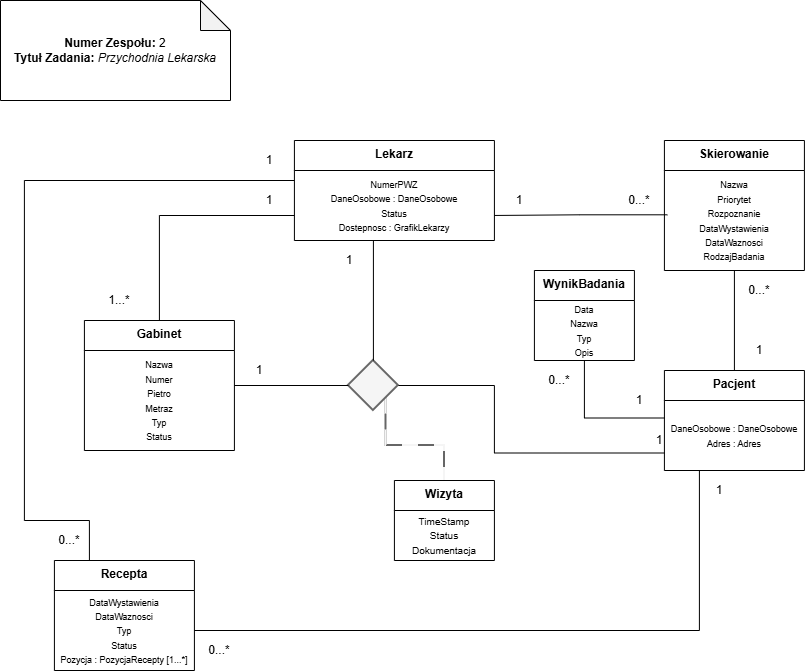
BZaborowski232/MOM_ProjectIII keeps this draw.io diagram as MODA - ETAP2; Koncepcyjny_PoprawkiPoUwagachSzefa .drawio.png. Above is the earlier version. Source tidied: cells renumbered, new cells last; positions are measured from the earlier drawing's top-left corner, leaving out a move shared by most shapes.
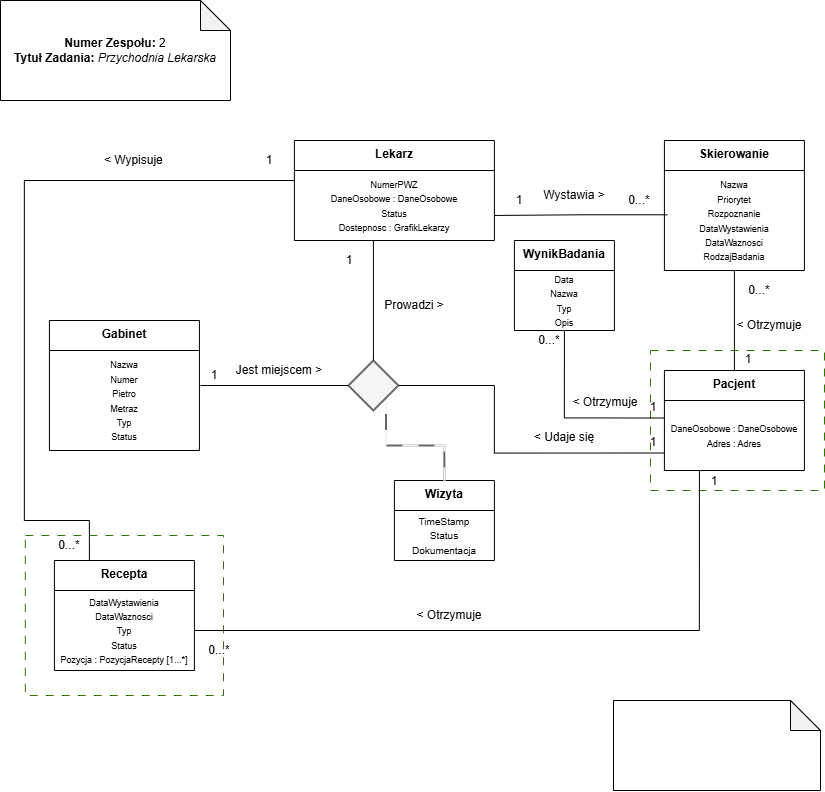
After the commit.

What changed in the source:
```diff
@@ -2,32 +2,24 @@
   <root>
     <mxCell id="0" />
     <mxCell id="1" parent="0" />
+    <mxCell id="43" style="rounded=0;whiteSpace=wrap;html=1;fillColor=none;dashed=1;dashPattern=8 8;fontColor=#ffffff;strokeColor=#2D7600;" parent="1" vertex="1">
+      <mxGeometry x="650" y="350" width="174" height="140" as="geometry" />
+    </mxCell>
+    <mxCell id="44" style="rounded=0;whiteSpace=wrap;html=1;fillColor=none;dashed=1;dashPattern=8 8;fontColor=#ffffff;strokeColor=#2D7600;" parent="1" vertex="1">
+      <mxGeometry x="24.8" y="535" width="198.2" height="160" as="geometry" />
+    </mxCell>
     <mxCell id="2" value="Lekarz&lt;div&gt;&lt;br&gt;&lt;/div&gt;" style="swimlane;fontStyle=1;align=center;verticalAlign=top;horizontal=1;startSize=30;html=1;whiteSpace=wrap;" parent="1" vertex="1">
       <mxGeometry x="293.9" y="140" width="200" height="100" as="geometry" />
     </mxCell>
     <mxCell id="3" value="&lt;br&gt;&lt;div&gt;&lt;div&gt;&lt;font style=&quot;font-size: 9px;&quot;&gt;&lt;span style=&quot;caret-color: rgba(0, 0, 0, 0);&quot;&gt;NumerPWZ&lt;/span&gt;&lt;/font&gt;&lt;/div&gt;&lt;div&gt;&lt;font style=&quot;font-size: 9px;&quot;&gt;&lt;span style=&quot;caret-color: rgba(0, 0, 0, 0);&quot;&gt;DaneOsobowe : DaneOsobowe&lt;/span&gt;&lt;span style=&quot;caret-color: rgba(0, 0, 0, 0);&quot;&gt;&lt;/span&gt;&lt;/font&gt;&lt;/div&gt;&lt;div&gt;&lt;font style=&quot;font-size: 9px;&quot;&gt;Status&lt;/font&gt;&lt;/div&gt;&lt;div&gt;&lt;font style=&quot;font-size: 9px;&quot;&gt;Dostepnosc : GrafikLekarzy&lt;/font&gt;&lt;/div&gt;&lt;div&gt;&lt;br&gt;&lt;/div&gt;&lt;/div&gt;" style="text;html=1;whiteSpace=wrap;strokeColor=none;fillColor=none;align=center;verticalAlign=middle;rounded=0;" parent="2" vertex="1">
       <mxGeometry y="30" width="200" height="70" as="geometry" />
     </mxCell>
-    <mxCell id="4" style="edgeStyle=orthogonalEdgeStyle;shape=wire;rounded=0;jettySize=auto;html=1;exitX=0.5;exitY=0;exitDx=0;exitDy=0;entryX=0;entryY=0.5;entryDx=0;entryDy=0;dashed=1;curved=0;endArrow=none;endFill=0;" parent="1" edge="1" source="5">
-      <mxGeometry relative="1" as="geometry">
-        <mxPoint x="293.9" y="215" as="targetPoint" />
-        <Array as="points">
-          <mxPoint x="158.9" y="215" />
-        </Array>
-      </mxGeometry>
-    </mxCell>
     <mxCell id="5" value="&lt;div&gt;Gabinet&lt;/div&gt;&lt;div&gt;&lt;br&gt;&lt;/div&gt;" style="swimlane;fontStyle=1;align=center;verticalAlign=top;horizontal=1;startSize=30;html=1;whiteSpace=wrap;" parent="1" vertex="1">
-      <mxGeometry x="83.9" y="320" width="150" height="130" as="geometry" />
+      <mxGeometry x="48.9" y="320" width="150" height="130" as="geometry" />
     </mxCell>
     <mxCell id="6" value="&lt;font style=&quot;font-size: 9px;&quot;&gt;Nazwa&lt;/font&gt;&lt;div&gt;&lt;font style=&quot;font-size: 9px;&quot;&gt;Numer&lt;/font&gt;&lt;/div&gt;&lt;div&gt;&lt;font style=&quot;font-size: 9px;&quot;&gt;Pietro&lt;/font&gt;&lt;/div&gt;&lt;div&gt;&lt;font style=&quot;font-size: 9px;&quot;&gt;Metraz&lt;/font&gt;&lt;/div&gt;&lt;div&gt;&lt;font style=&quot;font-size: 9px;&quot;&gt;Typ&lt;/font&gt;&lt;/div&gt;&lt;div&gt;&lt;font style=&quot;font-size: 9px;&quot;&gt;Status&lt;/font&gt;&lt;/div&gt;" style="text;html=1;whiteSpace=wrap;strokeColor=none;fillColor=none;align=center;verticalAlign=middle;rounded=0;" parent="5" vertex="1">
       <mxGeometry y="30" width="150" height="100" as="geometry" />
     </mxCell>
-    <mxCell id="7" value="&lt;font&gt;1&lt;/font&gt;" style="text;html=1;whiteSpace=wrap;strokeColor=none;fillColor=none;align=center;verticalAlign=middle;rounded=0;" parent="1" vertex="1">
-      <mxGeometry x="253.9" y="190" width="30" height="20" as="geometry" />
-    </mxCell>
-    <mxCell id="8" value="&lt;font&gt;1...*&lt;/font&gt;" style="text;html=1;whiteSpace=wrap;strokeColor=none;fillColor=none;align=center;verticalAlign=middle;rounded=0;" parent="1" vertex="1">
-      <mxGeometry x="103.9" y="290" width="30" height="20" as="geometry" />
-    </mxCell>
     <mxCell id="9" style="edgeStyle=orthogonalEdgeStyle;shape=wire;rounded=0;jettySize=auto;html=1;exitX=0.5;exitY=0;exitDx=0;exitDy=0;dashed=1;endArrow=none;endFill=0;" parent="1" edge="1" source="10" target="13">
       <mxGeometry relative="1" as="geometry" />
     </mxCell>
@@ -55,13 +47,13 @@
       <mxGeometry x="623.9" y="190" width="30" height="20" as="geometry" />
     </mxCell>
     <mxCell id="17" value="&lt;font&gt;1&lt;/font&gt;" style="text;html=1;whiteSpace=wrap;strokeColor=none;fillColor=none;align=center;verticalAlign=middle;rounded=0;rotation=0;" parent="1" vertex="1">
-      <mxGeometry x="743.9" y="340" width="30" height="20" as="geometry" />
+      <mxGeometry x="732.9" y="349" width="30" height="20" as="geometry" />
     </mxCell>
     <mxCell id="18" value="&lt;font&gt;0&lt;/font&gt;&lt;span style=&quot;background-color: transparent; color: light-dark(rgb(0, 0, 0), rgb(255, 255, 255));&quot;&gt;...*&lt;/span&gt;" style="text;html=1;whiteSpace=wrap;strokeColor=none;fillColor=none;align=center;verticalAlign=middle;rounded=0;" parent="1" vertex="1">
       <mxGeometry x="743.9" y="280" width="30" height="20" as="geometry" />
     </mxCell>
     <mxCell id="19" value="&lt;div&gt;WynikBadania&lt;/div&gt;" style="swimlane;fontStyle=1;align=center;verticalAlign=top;horizontal=1;startSize=30;html=1;whiteSpace=wrap;" parent="1" vertex="1">
-      <mxGeometry x="533.9" y="270" width="100" height="90" as="geometry" />
+      <mxGeometry x="513.9" y="240" width="100" height="90" as="geometry" />
     </mxCell>
     <mxCell id="20" value="&lt;font style=&quot;font-size: 9px;&quot;&gt;Data&lt;/font&gt;&lt;div&gt;&lt;font style=&quot;font-size: 9px;&quot;&gt;Nazwa&lt;/font&gt;&lt;/div&gt;&lt;div&gt;&lt;font style=&quot;font-size: 9px;&quot;&gt;Typ&lt;/font&gt;&lt;/div&gt;&lt;div&gt;&lt;font style=&quot;font-size: 9px;&quot;&gt;Opis&lt;/font&gt;&lt;/div&gt;" style="text;html=1;whiteSpace=wrap;strokeColor=none;fillColor=none;align=center;verticalAlign=middle;rounded=0;" parent="19" vertex="1">
       <mxGeometry y="30" width="100" height="60" as="geometry" />
@@ -70,10 +62,10 @@
       <mxGeometry relative="1" as="geometry" />
     </mxCell>
     <mxCell id="22" value="&lt;font&gt;1&lt;/font&gt;" style="text;html=1;whiteSpace=wrap;strokeColor=none;fillColor=none;align=center;verticalAlign=middle;rounded=0;rotation=0;" parent="1" vertex="1">
-      <mxGeometry x="623.9" y="390" width="30" height="20" as="geometry" />
+      <mxGeometry x="637.9" y="397" width="30" height="20" as="geometry" />
     </mxCell>
     <mxCell id="23" value="&lt;font&gt;0&lt;/font&gt;&lt;span style=&quot;background-color: transparent; color: light-dark(rgb(0, 0, 0), rgb(255, 255, 255));&quot;&gt;...*&lt;/span&gt;" style="text;html=1;whiteSpace=wrap;strokeColor=none;fillColor=none;align=center;verticalAlign=middle;rounded=0;" parent="1" vertex="1">
-      <mxGeometry x="543.9" y="370" width="30" height="20" as="geometry" />
+      <mxGeometry x="533.9" y="330" width="30" height="20" as="geometry" />
     </mxCell>
     <mxCell id="24" value="&lt;div&gt;Recepta&lt;/div&gt;" style="swimlane;fontStyle=1;align=center;verticalAlign=top;horizontal=1;startSize=30;html=1;whiteSpace=wrap;" parent="1" vertex="1">
       <mxGeometry x="53.9" y="560" width="140" height="110" as="geometry" />
@@ -95,13 +87,13 @@
       <mxGeometry x="253.9" y="150" width="30" height="20" as="geometry" />
     </mxCell>
     <mxCell id="28" value="&lt;font&gt;0&lt;/font&gt;&lt;span style=&quot;background-color: transparent; color: light-dark(rgb(0, 0, 0), rgb(255, 255, 255));&quot;&gt;...*&lt;/span&gt;" style="text;html=1;whiteSpace=wrap;strokeColor=none;fillColor=none;align=center;verticalAlign=middle;rounded=0;" parent="1" vertex="1">
-      <mxGeometry x="53.9" y="530" width="30" height="20" as="geometry" />
+      <mxGeometry x="53.9" y="535" width="30" height="20" as="geometry" />
     </mxCell>
     <mxCell id="29" style="edgeStyle=orthogonalEdgeStyle;shape=wire;rounded=0;jettySize=auto;html=1;exitX=0.25;exitY=1;exitDx=0;exitDy=0;entryX=1;entryY=0.5;entryDx=0;entryDy=0;dashed=1;endArrow=none;endFill=0;" parent="1" edge="1" source="11" target="25">
       <mxGeometry relative="1" as="geometry" />
     </mxCell>
     <mxCell id="30" value="&lt;font&gt;1&lt;/font&gt;" style="text;html=1;whiteSpace=wrap;strokeColor=none;fillColor=none;align=center;verticalAlign=middle;rounded=0;rotation=0;" parent="1" vertex="1">
-      <mxGeometry x="703.9" y="480" width="30" height="20" as="geometry" />
+      <mxGeometry x="698.9" y="471" width="30" height="20" as="geometry" />
     </mxCell>
     <mxCell id="31" value="&lt;font&gt;0&lt;/font&gt;&lt;span style=&quot;background-color: transparent; color: light-dark(rgb(0, 0, 0), rgb(255, 255, 255));&quot;&gt;...*&lt;/span&gt;" style="text;html=1;whiteSpace=wrap;strokeColor=none;fillColor=none;align=center;verticalAlign=middle;rounded=0;" parent="1" vertex="1">
       <mxGeometry x="203.9" y="640" width="30" height="20" as="geometry" />
@@ -120,10 +112,7 @@
     </mxCell>
     <mxCell id="36" style="edgeStyle=orthogonalEdgeStyle;shape=wire;rounded=0;jettySize=auto;html=1;entryX=0;entryY=0.5;entryDx=0;entryDy=0;dashed=1;endArrow=none;endFill=0;" parent="1" edge="1" target="35">
       <mxGeometry relative="1" as="geometry">
-        <mxPoint x="233.9" y="385" as="sourcePoint" />
-        <Array as="points">
-          <mxPoint x="233.9" y="385" />
-        </Array>
+        <mxPoint x="200" y="385" as="sourcePoint" />
       </mxGeometry>
     </mxCell>
     <mxCell id="37" style="edgeStyle=orthogonalEdgeStyle;shape=wire;rounded=0;jettySize=auto;html=1;exitX=0;exitY=0.75;exitDx=0;exitDy=0;entryX=1;entryY=0.5;entryDx=0;entryDy=0;dashed=1;endArrow=none;endFill=0;" parent="1" edge="1" source="11" target="35">
@@ -138,10 +127,10 @@
       <mxGeometry x="333.9" y="250" width="30" height="20" as="geometry" />
     </mxCell>
     <mxCell id="39" value="&lt;font&gt;1&lt;/font&gt;" style="text;html=1;whiteSpace=wrap;strokeColor=none;fillColor=none;align=center;verticalAlign=middle;rounded=0;" parent="1" vertex="1">
-      <mxGeometry x="243.9" y="360" width="30" height="20" as="geometry" />
+      <mxGeometry x="198.9" y="365" width="30" height="20" as="geometry" />
     </mxCell>
     <mxCell id="40" value="&lt;font&gt;1&lt;/font&gt;" style="text;html=1;whiteSpace=wrap;strokeColor=none;fillColor=none;align=center;verticalAlign=middle;rounded=0;" parent="1" vertex="1">
-      <mxGeometry x="643.9" y="430" width="30" height="20" as="geometry" />
+      <mxGeometry x="637.9" y="432" width="30" height="20" as="geometry" />
     </mxCell>
     <mxCell id="41" style="edgeStyle=orthogonalEdgeStyle;shape=wire;rounded=0;jettySize=auto;html=1;exitX=0.5;exitY=0;exitDx=0;exitDy=0;dashed=1;endArrow=none;endFill=0;" parent="1" edge="1" source="35">
       <mxGeometry relative="1" as="geometry">
@@ -151,5 +140,32 @@
     <mxCell id="42" value="&lt;b&gt;Numer Zespołu: &lt;/b&gt;2&lt;br&gt;&lt;b&gt;Tytuł Zadania:&lt;/b&gt; &lt;i&gt;Przychodnia Lekarska&lt;/i&gt;" style="shape=note;whiteSpace=wrap;html=1;backgroundOutline=1;darkOpacity=0.05;" parent="1" vertex="1">
       <mxGeometry width="230" height="100" as="geometry" />
     </mxCell>
+    <mxCell id="45" value="Wystawia &amp;gt;" style="text;html=1;whiteSpace=wrap;strokeColor=none;fillColor=none;align=center;verticalAlign=middle;rounded=0;" parent="1" vertex="1">
+      <mxGeometry x="533.9" y="180" width="80" height="30" as="geometry" />
+    </mxCell>
+    <mxCell id="46" value="&amp;lt; Wypisuje&amp;nbsp;" style="text;html=1;whiteSpace=wrap;strokeColor=none;fillColor=none;align=center;verticalAlign=middle;rounded=0;" parent="1" vertex="1">
+      <mxGeometry x="100" y="145" width="70" height="30" as="geometry" />
+    </mxCell>
+    <mxCell id="47" value="Prowadzi &amp;gt;" style="text;html=1;whiteSpace=wrap;strokeColor=none;fillColor=none;align=center;verticalAlign=middle;rounded=0;rotation=0;" parent="1" vertex="1">
+      <mxGeometry x="379" y="290" width="70" height="30" as="geometry" />
+    </mxCell>
+    <mxCell id="48" value="&amp;lt; Otrzymuje" style="text;html=1;whiteSpace=wrap;strokeColor=none;fillColor=none;align=center;verticalAlign=middle;rounded=0;" parent="1" vertex="1">
+      <mxGeometry x="570" y="387" width="70" height="30" as="geometry" />
+    </mxCell>
+    <mxCell id="49" value="&amp;lt; Udaje się" style="text;html=1;whiteSpace=wrap;strokeColor=none;fillColor=none;align=center;verticalAlign=middle;rounded=0;" parent="1" vertex="1">
+      <mxGeometry x="528.9" y="422" width="70" height="30" as="geometry" />
+    </mxCell>
+    <mxCell id="50" value="&amp;lt; Otrzymuje" style="text;html=1;whiteSpace=wrap;strokeColor=none;fillColor=none;align=center;verticalAlign=middle;rounded=0;" parent="1" vertex="1">
+      <mxGeometry x="414" y="600" width="70" height="30" as="geometry" />
+    </mxCell>
+    <mxCell id="51" value="&amp;lt; Otrzymuje" style="text;html=1;whiteSpace=wrap;strokeColor=none;fillColor=none;align=center;verticalAlign=middle;rounded=0;" parent="1" vertex="1">
+      <mxGeometry x="733.9" y="310" width="70" height="30" as="geometry" />
+    </mxCell>
+    <mxCell id="52" value="Jest miejscem &amp;gt;" style="text;html=1;whiteSpace=wrap;strokeColor=none;fillColor=none;align=center;verticalAlign=middle;rounded=0;" parent="1" vertex="1">
+      <mxGeometry x="233.9" y="355" width="90" height="30" as="geometry" />
+    </mxCell>
+    <mxCell id="53" style="shape=note;whiteSpace=wrap;html=1;backgroundOutline=1;darkOpacity=0.05;" parent="1" vertex="1">
+      <mxGeometry x="613" y="700" width="207" height="90" as="geometry" />
+    </mxCell>
   </root>
 </mxGraphModel>
```
